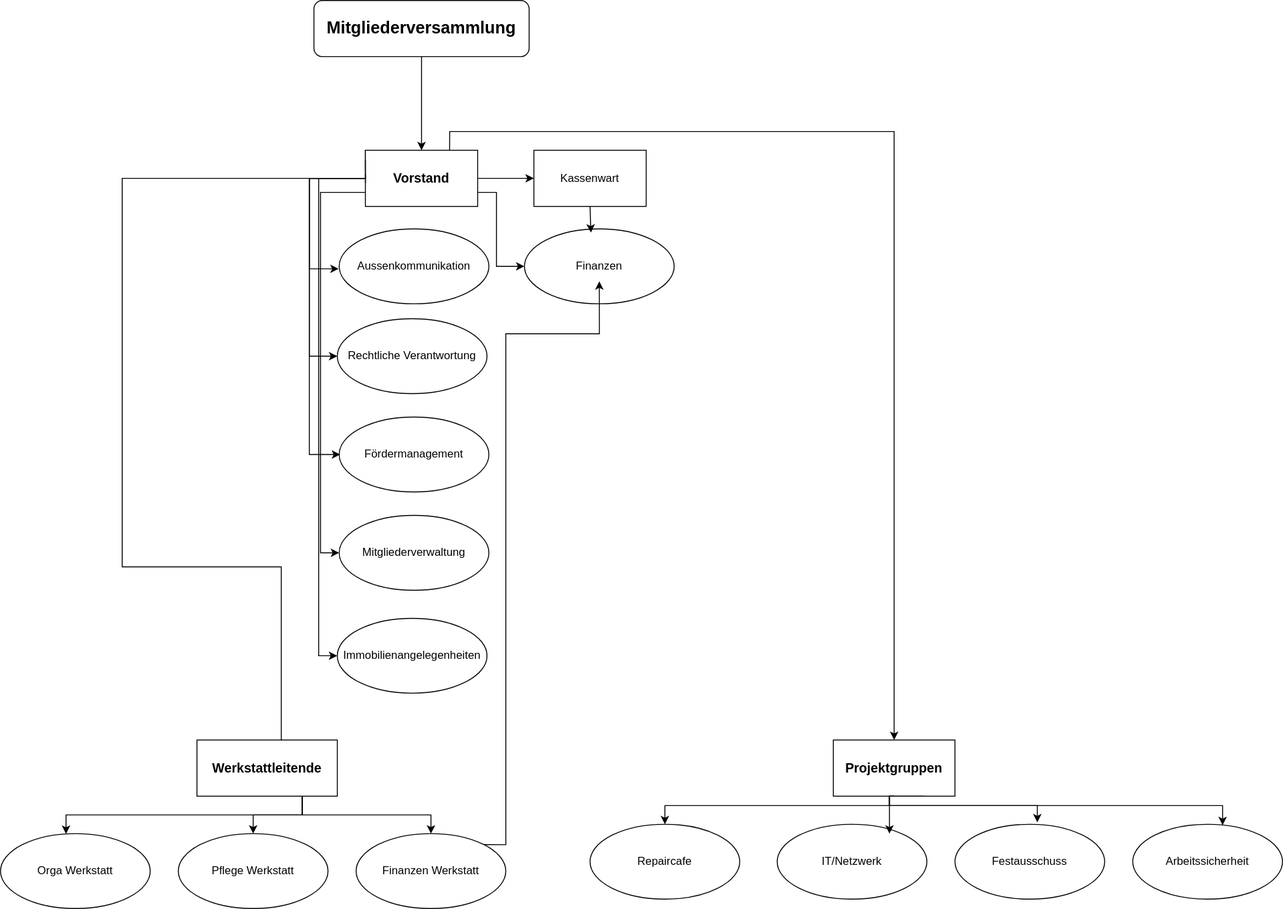
Before: Garagelab.drawio.svg, a diagram exported from draw.io (garagelab-dus/organigram). Source tidied: cells renumbered, new cells last; positions are measured from the earlier drawing's top-left corner, leaving out a move shared by most shapes.
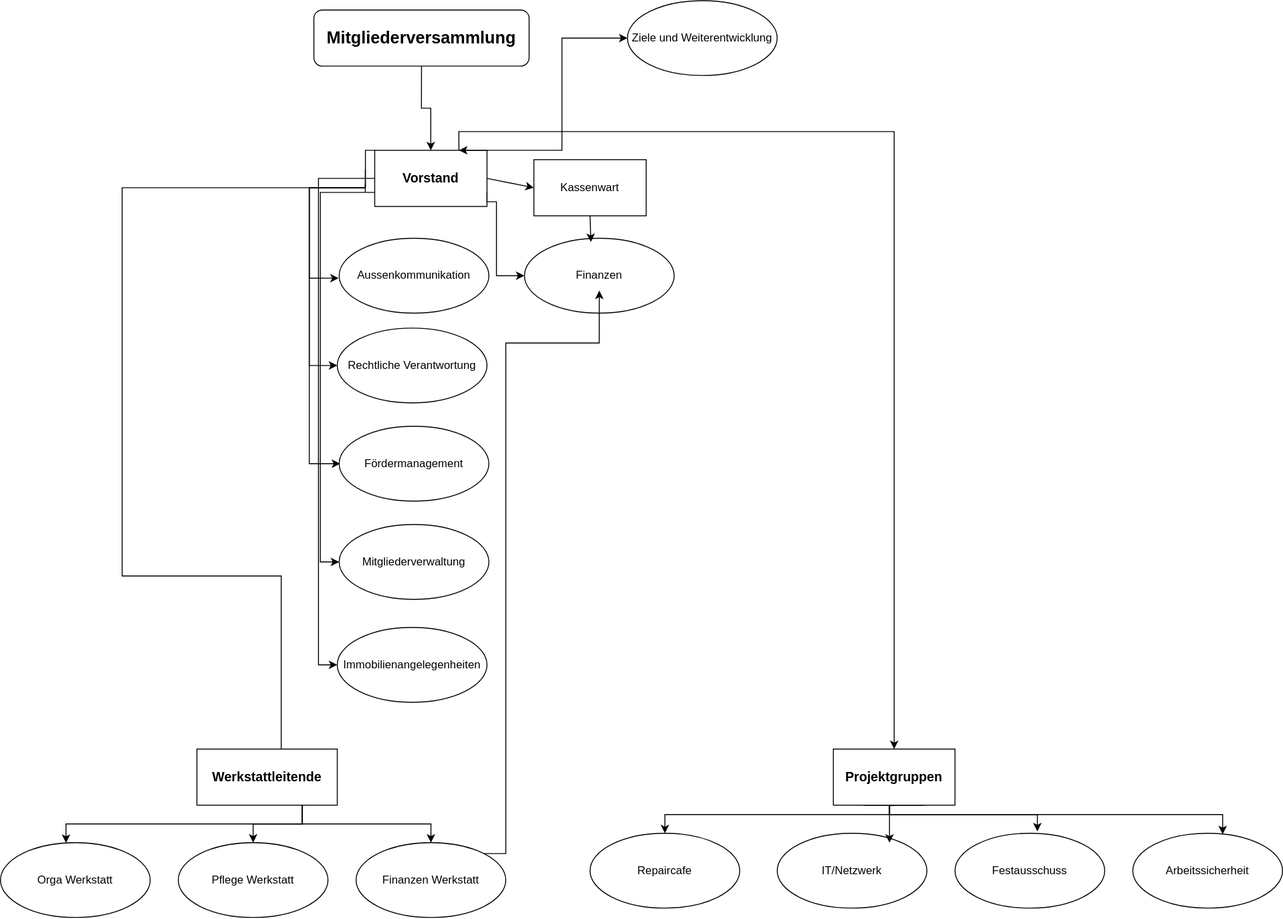
Later version of the same file.

Change to the diagram source:
```diff
@@ -26,7 +26,7 @@
       <mxGeometry relative="1" as="geometry" />
     </mxCell>
     <mxCell id="7" value="&lt;h3&gt;Vorstand&lt;/h3&gt;" style="rounded=0;whiteSpace=wrap;html=1;" parent="1" vertex="1">
-      <mxGeometry x="389.9" y="160" width="120" height="60" as="geometry" />
+      <mxGeometry x="399.9" y="150" width="120" height="60" as="geometry" />
     </mxCell>
     <mxCell id="8" style="edgeStyle=orthogonalEdgeStyle;rounded=0;jettySize=auto;html=1;entryX=0;entryY=0.5;entryDx=0;entryDy=0;exitX=1;exitY=0.75;exitDx=0;exitDy=0;" parent="1" edge="1" source="7" target="13">
       <mxGeometry relative="1" as="geometry">
@@ -183,5 +183,16 @@
     <mxCell id="38" value="Immobilienangelegenheiten" style="ellipse;whiteSpace=wrap;html=1;" parent="1" vertex="1">
       <mxGeometry x="359.9" y="660" width="160" height="80" as="geometry" />
     </mxCell>
+    <mxCell id="39" style="edgeStyle=orthogonalEdgeStyle;rounded=0;jettySize=auto;html=1;exitX=0;exitY=0.5;exitDx=0;exitDy=0;entryX=0.75;entryY=0;entryDx=0;entryDy=0;startArrow=classic;startFill=1;" parent="1" edge="1" source="40" target="7">
+      <mxGeometry relative="1" as="geometry">
+        <Array as="points">
+          <mxPoint x="600" y="30" />
+          <mxPoint x="600" y="150" />
+        </Array>
+      </mxGeometry>
+    </mxCell>
+    <mxCell id="40" value="Ziele und Weiterentwicklung" style="ellipse;whiteSpace=wrap;html=1;" parent="1" vertex="1">
+      <mxGeometry x="670" y="-10" width="160" height="80" as="geometry" />
+    </mxCell>
   </root>
 </mxGraphModel>
```
